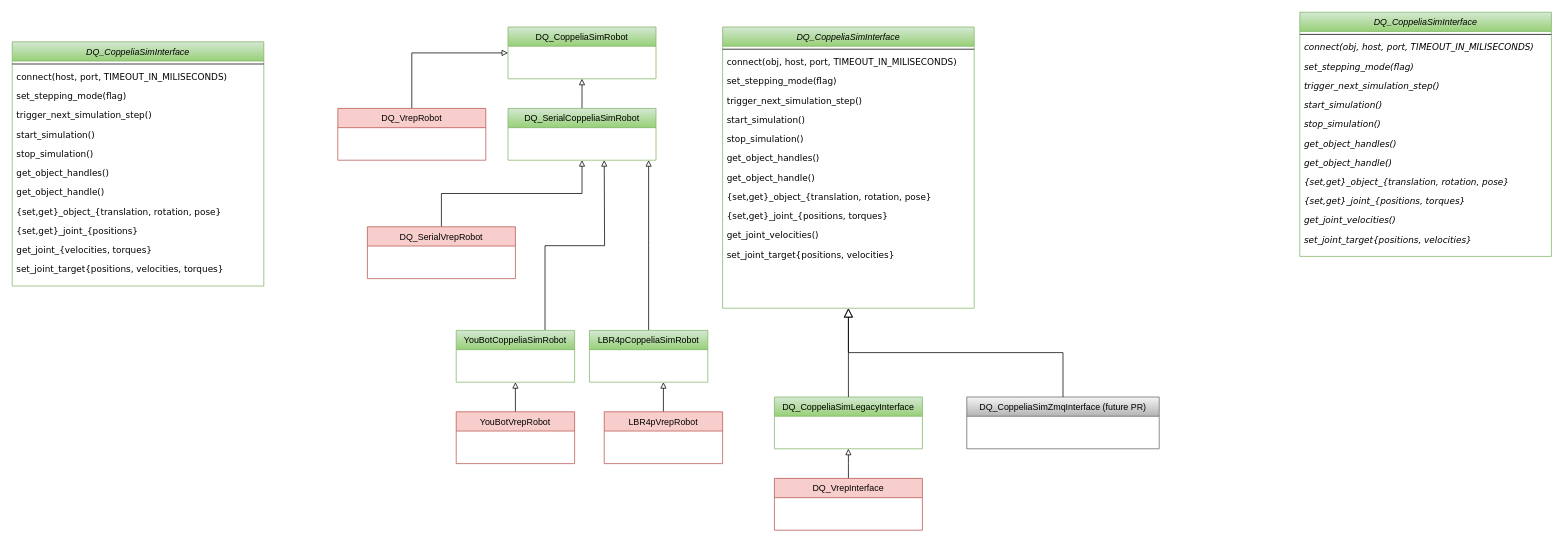
Earlier version of the draw.io diagram DQ_CoppeliaSimInterface.drawio (juanjqo/draw_io_diagrams_test). Source tidied: cells renumbered, new cells numbered last; positions are measured from the earlier drawing's top-left corner, leaving out a move shared by most shapes. Both pictures are drawn from the tidied source at 74%, with x=0, y=0 at pixel (12, 12).
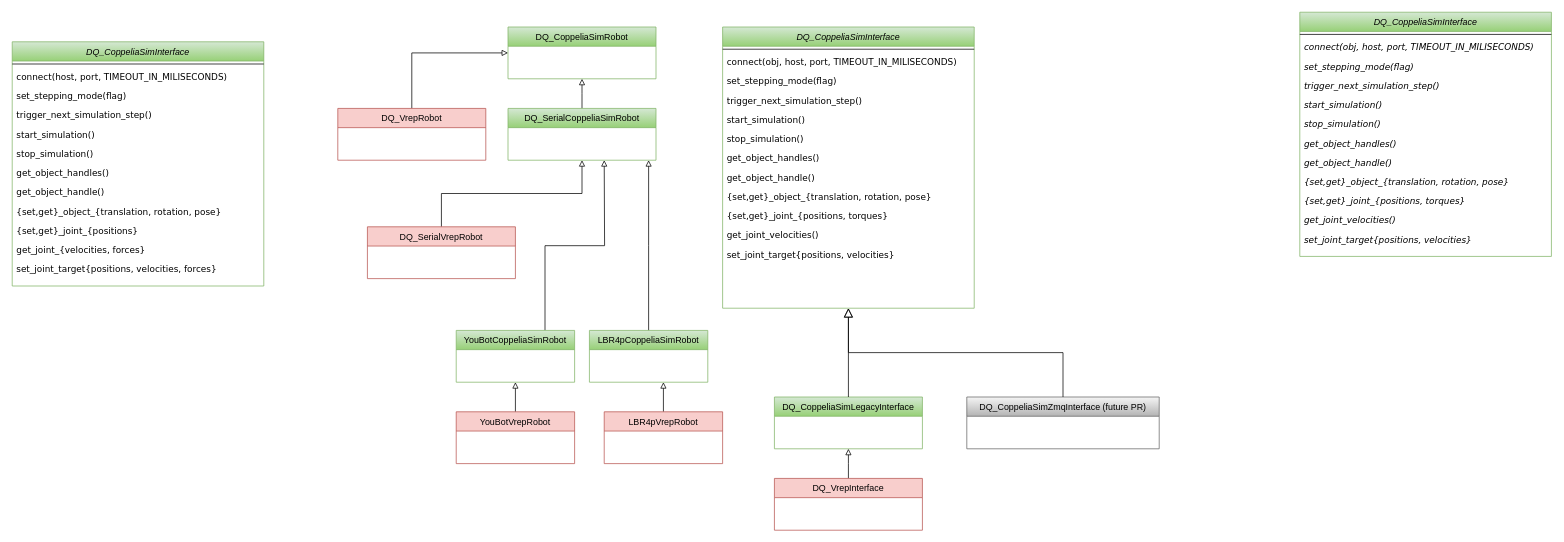
After the change.

Unchanged cells that the change refers to:
```xml
<mxCell id="36" value="DQ_CoppeliaSimInterface" style="swimlane;fontStyle=2;align=center;verticalAlign=top;horizontal=1;startSize=26;rounded=0;shadow=0;strokeWidth=1;fillColor=#d5e8d4;gradientColor=#97d077;strokeColor=#82b366;" parent="1" vertex="1">
  <mxGeometry y="40" width="340" height="330" as="geometry" />
</mxCell>
```

What changed in the source:
```diff
@@
-    <mxCell id="47" value="get_joint_{velocities, torques}" style="text;align=left;verticalAlign=top;spacingLeft=4;spacingRight=4;overflow=hidden;fontFamily=Verdana;" parent="36" vertex="1">
+    <mxCell id="47" value="get_joint_{velocities, forces}" style="text;align=left;verticalAlign=top;spacingLeft=4;spacingRight=4;overflow=hidden;fontFamily=Verdana;" parent="36" vertex="1">
       <mxGeometry y="268" width="340" height="26" as="geometry" />
     </mxCell>
-    <mxCell id="48" value="set_joint_target{positions, velocities, torques}" style="text;align=left;verticalAlign=top;spacingLeft=4;spacingRight=4;overflow=hidden;fontFamily=Verdana;" parent="36" vertex="1">
+    <mxCell id="48" value="set_joint_target{positions, velocities, forces}" style="text;align=left;verticalAlign=top;spacingLeft=4;spacingRight=4;overflow=hidden;fontFamily=Verdana;" parent="36" vertex="1">
       <mxGeometry y="294" width="340" height="26" as="geometry" />
     </mxCell>
```
